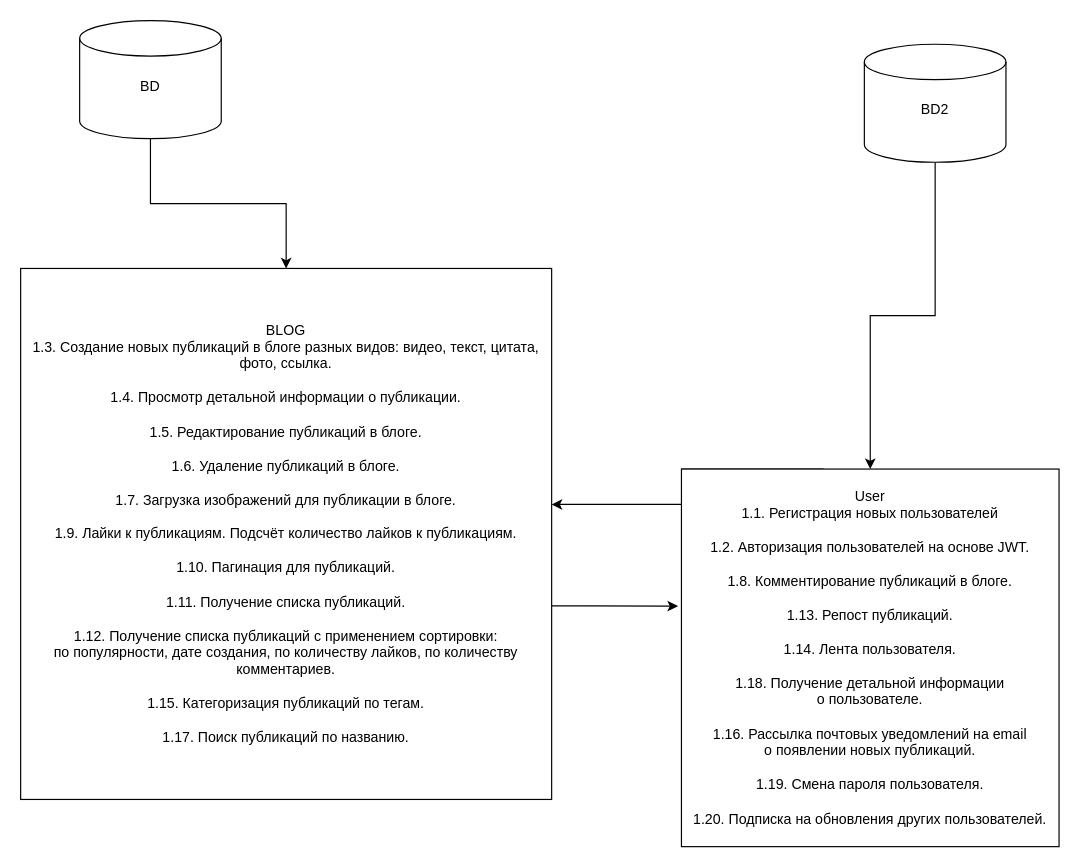
The draw.io diagram specification.drawio in htmlacademy-nestjs/2041303-readme-2, before the edit. Source tidied: cells renumbered, new cells numbered last; positions are measured from the earlier drawing's top-left corner, leaving out a move shared by most shapes. Both pictures are drawn from the tidied source at 118%, with x=0, y=0 at pixel (20, 20).
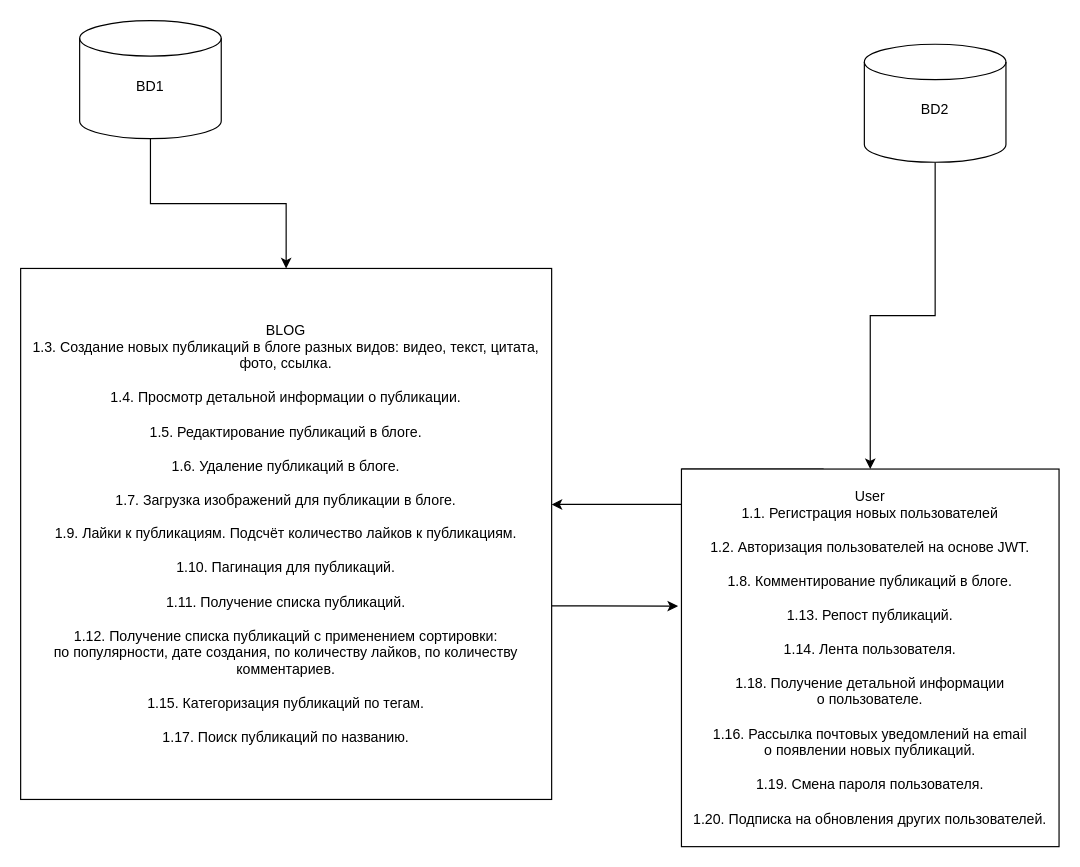
The same page after the edit.

Change to the diagram source:
```diff
@@
 <mxGraphModel>
   <root>
     <mxCell id="0" />
     <mxCell id="1" parent="0" />
     <mxCell id="2" style="edgeStyle=orthogonalEdgeStyle;rounded=0;jettySize=auto;html=1;exitX=0;exitY=0;exitDx=0;exitDy=0;" parent="1" edge="1" source="3" target="5">
       <mxGeometry relative="1" as="geometry">
         <Array as="points">
           <mxPoint x="680" y="380" />
           <mxPoint x="680" y="410" />
         </Array>
       </mxGeometry>
     </mxCell>
     <mxCell id="3" value="&lt;div&gt;User&lt;/div&gt;&lt;div&gt;1.1. Регистрация новых пользователей&lt;/div&gt;&lt;div&gt;&lt;br&gt;&lt;/div&gt;&lt;div&gt;1.2. Авторизация пользователей на&amp;nbsp;основе JWT.&lt;/div&gt;&lt;div&gt;&lt;br&gt;&lt;/div&gt;&lt;div&gt;1.8. Комментирование публикаций в&amp;nbsp;блоге.&lt;/div&gt;&lt;div&gt;&lt;br&gt;&lt;/div&gt;&lt;div&gt;1.13. Репост публикаций.&lt;/div&gt;&lt;div&gt;&lt;br&gt;&lt;/div&gt;&lt;div&gt;1.14. Лента пользователя.&lt;/div&gt;&lt;div&gt;&lt;br&gt;&lt;/div&gt;&lt;div&gt;1.18. Получение детальной информации о&amp;nbsp;пользователе.&lt;br&gt;&lt;br&gt;1.16. Рассылка почтовых уведомлений на&amp;nbsp;email о&amp;nbsp;появлении новых публикаций.&lt;/div&gt;&lt;div&gt;&lt;br&gt;&lt;/div&gt;&lt;div&gt;1.19. Смена пароля пользователя.&lt;br&gt;&lt;br&gt;1.20. Подписка на&amp;nbsp;обновления других пользователей.&lt;/div&gt;" style="whiteSpace=wrap;html=1;" parent="1" vertex="1">
       <mxGeometry x="560" y="380" width="320" height="320" as="geometry" />
     </mxCell>
     <mxCell id="4" style="edgeStyle=orthogonalEdgeStyle;rounded=0;jettySize=auto;html=1;entryX=-0.009;entryY=0.363;entryDx=0;entryDy=0;entryPerimeter=0;" parent="1" edge="1" source="5" target="3">
       <mxGeometry relative="1" as="geometry">
         <Array as="points">
           <mxPoint x="480" y="496" />
           <mxPoint x="480" y="496" />
         </Array>
       </mxGeometry>
     </mxCell>
     <mxCell id="5" value="&lt;div&gt;BLOG &lt;br&gt;&lt;/div&gt;&lt;div&gt;1.3. Создание новых публикаций в&amp;nbsp;блоге разных видов: видео, текст, цитата, фото, ссылка.&lt;/div&gt;&lt;br&gt;1.4. Просмотр детальной информации о&amp;nbsp;публикации.&lt;br&gt;&lt;br&gt;1.5. Редактирование публикаций в&amp;nbsp;блоге.&lt;br&gt;&lt;br&gt;1.6. Удаление публикаций в&amp;nbsp;блоге.&lt;br&gt;&lt;div&gt;&lt;br&gt;1.7. Загрузка изображений для публикации в&amp;nbsp;блоге.&lt;/div&gt;&lt;div&gt;&lt;br&gt;&lt;/div&gt;&lt;div&gt;1.9. Лайки к&amp;nbsp;публикациям. Подсчёт количество лайков к&amp;nbsp;публикациям.&lt;/div&gt;&lt;div&gt;&lt;br&gt;&lt;/div&gt;&lt;div&gt;1.10. Пагинация для публикаций.&lt;br&gt;&lt;br&gt;1.11. Получение списка публикаций.&lt;br&gt;&lt;br&gt;1.12. Получение списка публикаций с&amp;nbsp;применением сортировки: &lt;br&gt;по&amp;nbsp;популярности, дате создания, по&amp;nbsp;количеству лайков, по&amp;nbsp;количеству &lt;br&gt;комментариев.&lt;/div&gt;&lt;div&gt;&lt;br&gt;&lt;/div&gt;&lt;div&gt;1.15. Категоризация публикаций по&amp;nbsp;тегам.&lt;br&gt;&lt;br&gt;1.17. Поиск публикаций по&amp;nbsp;названию.&lt;/div&gt;" style="whiteSpace=wrap;html=1;" parent="1" vertex="1">
       <mxGeometry y="210" width="450" height="450" as="geometry" />
     </mxCell>
     <mxCell id="6" style="edgeStyle=orthogonalEdgeStyle;rounded=0;jettySize=auto;html=1;entryX=0.5;entryY=0;entryDx=0;entryDy=0;" parent="1" edge="1" source="7" target="5">
       <mxGeometry relative="1" as="geometry" />
     </mxCell>
-    <mxCell id="7" value="&lt;div&gt;BD&lt;/div&gt;&lt;div&gt;&lt;br&gt;&lt;/div&gt;" style="shape=cylinder3;whiteSpace=wrap;html=1;boundedLbl=1;backgroundOutline=1;size=15;" parent="1" vertex="1">
+    <mxCell id="7" value="&lt;div&gt;BD1&lt;/div&gt;&lt;div&gt;&lt;br&gt;&lt;/div&gt;" style="shape=cylinder3;whiteSpace=wrap;html=1;boundedLbl=1;backgroundOutline=1;size=15;" parent="1" vertex="1">
       <mxGeometry x="50" width="120" height="100" as="geometry" />
     </mxCell>
     <mxCell id="8" style="edgeStyle=orthogonalEdgeStyle;rounded=0;jettySize=auto;html=1;exitX=0.5;exitY=1;exitDx=0;exitDy=0;exitPerimeter=0;entryX=0.5;entryY=0;entryDx=0;entryDy=0;" parent="1" edge="1" source="9" target="3">
       <mxGeometry relative="1" as="geometry" />
     </mxCell>
     <mxCell id="9" value="&lt;div&gt;BD2&lt;/div&gt;&lt;div&gt;&lt;br&gt;&lt;/div&gt;" style="shape=cylinder3;whiteSpace=wrap;html=1;boundedLbl=1;backgroundOutline=1;size=15;" parent="1" vertex="1">
       <mxGeometry x="715" y="20" width="120" height="100" as="geometry" />
     </mxCell>
   </root>
 </mxGraphModel>
```
